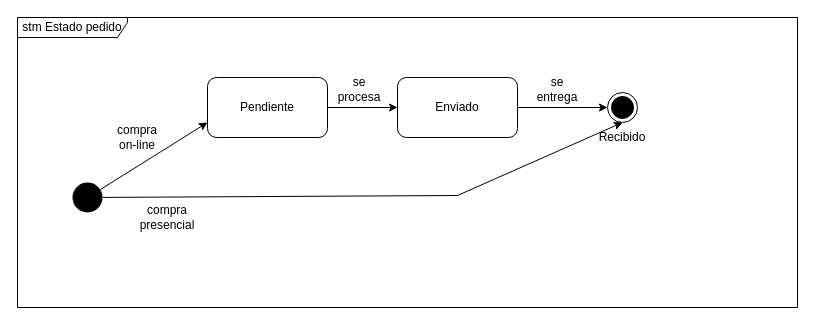
This is page "Estado pedido" (1 of 2) of Recursos/Diagrama de estados.drawio from Jesusjbs/clinicaDental-ir, a draw.io file, before an edit. Source tidied: cells renumbered, new cells numbered last; positions are measured from the earlier drawing's top-left corner, leaving out a move shared by most shapes. Both pictures are drawn from the tidied source at 100%, with x=0, y=0 at pixel (17, 17).
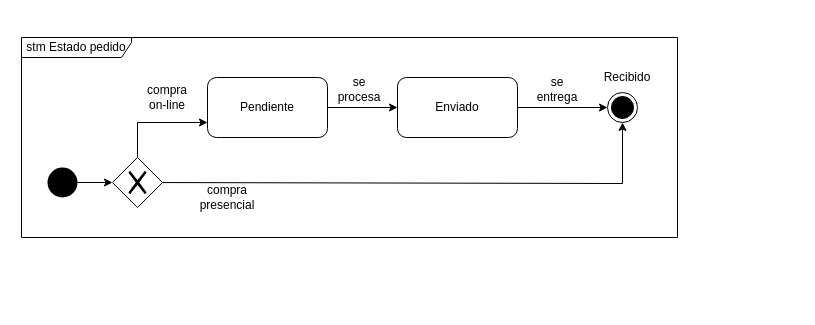
The same page after the edit.

Unchanged cells that the change refers to:
```xml
<mxCell id="6" style="ellipse;html=1;shape=endState;fillColor=#000000;strokeColor=#000000;" parent="1" vertex="1">
  <mxGeometry x="590" y="75" width="30" height="30" as="geometry" />
</mxCell>
<mxCell id="8" value="Pendiente" style="rounded=1;whiteSpace=wrap;html=1;fillColor=none;" parent="1" vertex="1">
  <mxGeometry x="190" y="60" width="120" height="60" as="geometry" />
</mxCell>
```

Change to the diagram source:
```diff
@@
     <mxCell id="2" value="stm Estado pedido" style="shape=umlFrame;whiteSpace=wrap;html=1;width=110;height=20;" parent="1" vertex="1">
-      <mxGeometry width="780" height="290" as="geometry" />
+      <mxGeometry x="4" y="20" width="656" height="200" as="geometry" />
     </mxCell>
-    <mxCell id="3" style="rounded=0;jettySize=auto;html=1;entryX=0;entryY=0.75;entryDx=0;entryDy=0;" parent="1" edge="1" source="5" target="8">
-      <mxGeometry relative="1" as="geometry" />
+    <mxCell id="3" style="rounded=0;jettySize=auto;html=1;entryX=0;entryY=0.75;entryDx=0;entryDy=0;" parent="1" edge="1" source="17" target="8">
+      <mxGeometry relative="1" as="geometry">
+        <Array as="points">
+          <mxPoint x="120" y="105" />
+        </Array>
+      </mxGeometry>
     </mxCell>
-    <mxCell id="4" style="edgeStyle=none;rounded=0;jettySize=auto;html=1;entryX=0.5;entryY=1;entryDx=0;entryDy=0;" parent="1" edge="1" source="5" target="6">
+    <mxCell id="4" style="edgeStyle=none;rounded=0;jettySize=auto;html=1;entryX=0.5;entryY=1;entryDx=0;entryDy=0;" parent="1" edge="1" source="17" target="6">
       <mxGeometry relative="1" as="geometry">
         <Array as="points">
-          <mxPoint x="440" y="178" />
+          <mxPoint x="605" y="166" />
         </Array>
       </mxGeometry>
     </mxCell>
+    <mxCell id="16" style="edgeStyle=orthogonalEdgeStyle;rounded=0;jettySize=auto;html=1;" parent="1" edge="1" source="5" target="17">
+      <mxGeometry relative="1" as="geometry" />
+    </mxCell>
     <mxCell id="5" style="ellipse;fillColor=#000000;strokeColor=none;" parent="1" vertex="1">
-      <mxGeometry x="55" y="165" width="30" height="30" as="geometry" />
+      <mxGeometry x="30" y="150" width="30" height="30" as="geometry" />
     </mxCell>
@@
     <mxCell id="9" value="compra on-line" style="text;html=1;strokeColor=none;fillColor=none;align=center;verticalAlign=middle;whiteSpace=wrap;rounded=0;" parent="1" vertex="1">
-      <mxGeometry x="100" y="110" width="40" height="20" as="geometry" />
+      <mxGeometry x="130" y="70" width="40" height="20" as="geometry" />
     </mxCell>
     <mxCell id="10" value="compra presencial" style="text;html=1;strokeColor=none;fillColor=none;align=center;verticalAlign=middle;whiteSpace=wrap;rounded=0;" parent="1" vertex="1">
-      <mxGeometry x="130" y="190" width="40" height="20" as="geometry" />
+      <mxGeometry x="190" y="170" width="40" height="20" as="geometry" />
     </mxCell>
@@
     <mxCell id="15" value="Recibido" style="text;html=1;strokeColor=none;fillColor=none;align=center;verticalAlign=middle;whiteSpace=wrap;rounded=0;" parent="1" vertex="1">
-      <mxGeometry x="585" y="110" width="40" height="20" as="geometry" />
+      <mxGeometry x="590" y="50" width="40" height="20" as="geometry" />
     </mxCell>
+    <mxCell id="17" style="shape=mxgraph.bpmn.shape;html=1;verticalLabelPosition=bottom;labelBackgroundColor=#ffffff;verticalAlign=top;align=center;perimeter=rhombusPerimeter;background=gateway;outlineConnect=0;outline=none;symbol=exclusiveGw;" parent="1" vertex="1">
+      <mxGeometry x="95" y="140" width="50" height="50" as="geometry" />
+    </mxCell>
```
